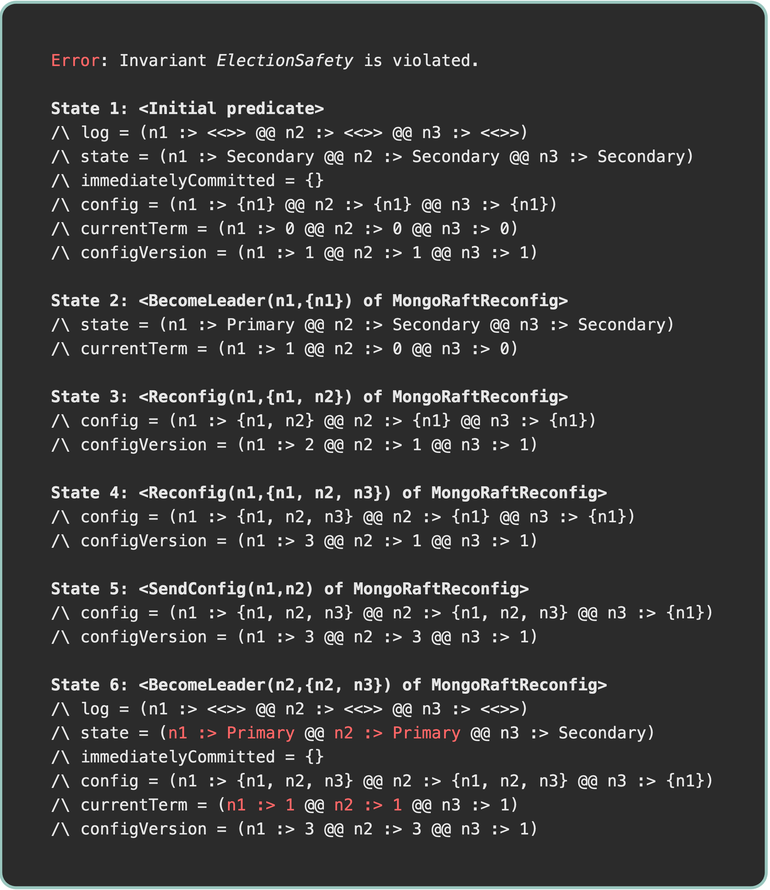
The draw.io diagram traces/traces-t1.drawio.png in will62794/reconfig-traces, before a commit. Source tidied: cells renumbered, new cells last; positions are measured from the earlier drawing's top-left corner, leaving out a move shared by most shapes.
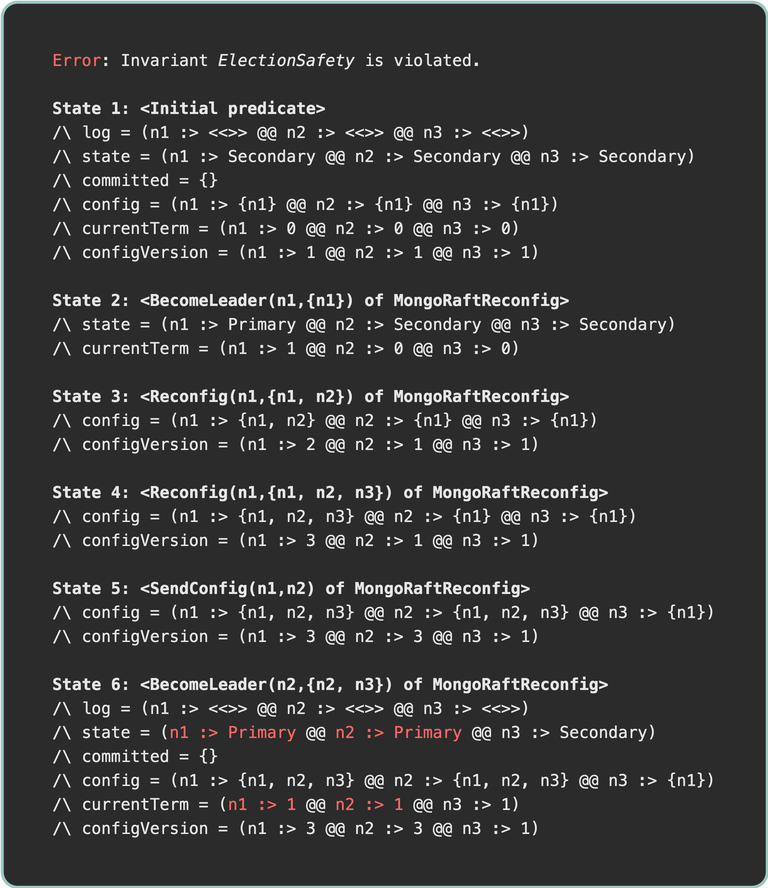
Above is the later version.

Diff of the diagram source:
```diff
@@ -2,7 +2,7 @@
   <root>
     <mxCell id="0" />
     <mxCell id="1" parent="0" />
-    <mxCell id="2" value="&lt;div style=&quot;background-color: rgb(43, 43, 43); line-height: 16px;&quot;&gt;&lt;div style=&quot;text-align: left; font-family: Menlo, Monaco, &amp;quot;Courier New&amp;quot;, monospace; font-size: 10.8px; white-space: pre;&quot;&gt;&lt;font style=&quot;color: rgb(255, 102, 102);&quot;&gt;Error&lt;/font&gt;&lt;font style=&quot;color: rgb(230, 230, 230);&quot;&gt;: Invariant &lt;i&gt;ElectionSafety&lt;/i&gt; is violated.&lt;/font&gt;&lt;/div&gt;&lt;div style=&quot;text-align: left; font-family: Menlo, Monaco, &amp;quot;Courier New&amp;quot;, monospace; font-size: 10.8px; white-space: pre;&quot;&gt;&lt;b&gt;&lt;font style=&quot;color: rgb(230, 230, 230);&quot;&gt;&lt;br&gt;&lt;/font&gt;&lt;/b&gt;&lt;/div&gt;&lt;div style=&quot;text-align: left; font-family: Menlo, Monaco, &amp;quot;Courier New&amp;quot;, monospace; font-size: 10.8px; white-space: pre;&quot;&gt;&lt;b&gt;&lt;font style=&quot;color: rgb(230, 230, 230);&quot;&gt;State 1: &amp;lt;Initial predicate&amp;gt;&lt;/font&gt;&lt;/b&gt;&lt;/div&gt;&lt;div style=&quot;text-align: left; font-family: Menlo, Monaco, &amp;quot;Courier New&amp;quot;, monospace; font-size: 10.8px; white-space: pre;&quot;&gt;&lt;font style=&quot;color: rgb(230, 230, 230);&quot;&gt;/\ log = (n1 :&amp;gt; &amp;lt;&amp;lt;&amp;gt;&amp;gt; @@ n2 :&amp;gt; &amp;lt;&amp;lt;&amp;gt;&amp;gt; @@ n3 :&amp;gt; &amp;lt;&amp;lt;&amp;gt;&amp;gt;)&lt;/font&gt;&lt;/div&gt;&lt;div style=&quot;text-align: left; font-family: Menlo, Monaco, &amp;quot;Courier New&amp;quot;, monospace; font-size: 10.8px; white-space: pre;&quot;&gt;&lt;font style=&quot;color: rgb(230, 230, 230);&quot;&gt;/\ state = (n1 :&amp;gt; Secondary @@ n2 :&amp;gt; Secondary @@ n3 :&amp;gt; Secondary)&lt;/font&gt;&lt;/div&gt;&lt;div style=&quot;text-align: left; font-family: Menlo, Monaco, &amp;quot;Courier New&amp;quot;, monospace; font-size: 10.8px; white-space: pre;&quot;&gt;&lt;font style=&quot;color: rgb(230, 230, 230);&quot;&gt;/\ immediatelyCommitted = {}&lt;/font&gt;&lt;/div&gt;&lt;div style=&quot;text-align: left; font-family: Menlo, Monaco, &amp;quot;Courier New&amp;quot;, monospace; font-size: 10.8px; white-space: pre;&quot;&gt;&lt;font style=&quot;color: rgb(230, 230, 230);&quot;&gt;/\ config = (n1 :&amp;gt; {n1} @@ n2 :&amp;gt; {n1} @@ n3 :&amp;gt; {n1})&lt;/font&gt;&lt;/div&gt;&lt;div style=&quot;text-align: left; font-family: Menlo, Monaco, &amp;quot;Courier New&amp;quot;, monospace; font-size: 10.8px; white-space: pre;&quot;&gt;&lt;font style=&quot;color: rgb(230, 230, 230);&quot;&gt;/\ currentTerm = (n1 :&amp;gt; 0 @@ n2 :&amp;gt; 0 @@ n3 :&amp;gt; 0)&lt;/font&gt;&lt;/div&gt;&lt;div style=&quot;text-align: left; font-family: Menlo, Monaco, &amp;quot;Courier New&amp;quot;, monospace; font-size: 10.8px; white-space: pre;&quot;&gt;&lt;font style=&quot;color: rgb(230, 230, 230);&quot;&gt;/\ configVersion = (n1 :&amp;gt; 1 @@ n2 :&amp;gt; 1 @@ n3 :&amp;gt; 1)&lt;/font&gt;&lt;/div&gt;&lt;div style=&quot;text-align: left;&quot;&gt;&lt;font style=&quot;color: rgb(230, 230, 230);&quot;&gt;&lt;br&gt;&lt;/font&gt;&lt;/div&gt;&lt;div style=&quot;text-align: left; font-family: Menlo, Monaco, &amp;quot;Courier New&amp;quot;, monospace; font-size: 10.8px; white-space: pre;&quot;&gt;&lt;b&gt;&lt;font style=&quot;color: rgb(230, 230, 230);&quot;&gt;State 2: &amp;lt;BecomeLeader(n1,{n1}) of MongoRaftReconfig&amp;gt;&lt;/font&gt;&lt;/b&gt;&lt;/div&gt;&lt;div style=&quot;text-align: left; font-family: Menlo, Monaco, &amp;quot;Courier New&amp;quot;, monospace; font-size: 10.8px; white-space: pre;&quot;&gt;&lt;font style=&quot;color: rgb(230, 230, 230);&quot;&gt;/\ state = (n1 :&amp;gt; Primary @@ n2 :&amp;gt; Secondary @@ n3 :&amp;gt; Secondary)&lt;/font&gt;&lt;/div&gt;&lt;div style=&quot;text-align: left; font-family: Menlo, Monaco, &amp;quot;Courier New&amp;quot;, monospace; font-size: 10.8px; white-space: pre;&quot;&gt;&lt;font style=&quot;color: rgb(230, 230, 230);&quot;&gt;/\ currentTerm = (n1 :&amp;gt; 1 @@ n2 :&amp;gt; 0 @@ n3 :&amp;gt; 0)&lt;/font&gt;&lt;/div&gt;&lt;div style=&quot;text-align: left;&quot;&gt;&lt;font style=&quot;color: rgb(230, 230, 230);&quot;&gt;&lt;br&gt;&lt;/font&gt;&lt;/div&gt;&lt;div style=&quot;text-align: left; font-family: Menlo, Monaco, &amp;quot;Courier New&amp;quot;, monospace; font-size: 10.8px; white-space: pre;&quot;&gt;&lt;b&gt;&lt;font style=&quot;color: rgb(230, 230, 230);&quot;&gt;State 3: &amp;lt;Reconfig(n1,{n1, n2}) of MongoRaftReconfig&amp;gt;&lt;/font&gt;&lt;/b&gt;&lt;/div&gt;&lt;div style=&quot;text-align: left; font-family: Menlo, Monaco, &amp;quot;Courier New&amp;quot;, monospace; font-size: 10.8px; white-space: pre;&quot;&gt;&lt;font style=&quot;color: rgb(230, 230, 230);&quot;&gt;/\ config = (n1 :&amp;gt; {n1, n2} @@ n2 :&amp;gt; {n1} @@ n3 :&amp;gt; {n1})&lt;/font&gt;&lt;/div&gt;&lt;div style=&quot;text-align: left; font-family: Menlo, Monaco, &amp;quot;Courier New&amp;quot;, monospace; font-size: 10.8px; white-space: pre;&quot;&gt;&lt;font style=&quot;color: rgb(230, 230, 230);&quot;&gt;/\ configVersion = (n1 :&amp;gt; 2 @@ n2 :&amp;gt; 1 @@ n3 :&amp;gt; 1)&lt;/font&gt;&lt;/div&gt;&lt;div style=&quot;text-align: left;&quot;&gt;&lt;font style=&quot;color: rgb(230, 230, 230);&quot;&gt;&lt;br&gt;&lt;/font&gt;&lt;/div&gt;&lt;div style=&quot;text-align: left; font-family: Menlo, Monaco, &amp;quot;Courier New&amp;quot;, monospace; font-size: 10.8px; white-space: pre;&quot;&gt;&lt;b&gt;&lt;font style=&quot;color: rgb(230, 230, 230);&quot;&gt;State 4: &amp;lt;Reconfig(n1,{n1, n2, n3}) of MongoRaftReconfig&amp;gt;&lt;/font&gt;&lt;/b&gt;&lt;/div&gt;&lt;div style=&quot;text-align: left; font-family: Menlo, Monaco, &amp;quot;Courier New&amp;quot;, monospace; font-size: 10.8px; white-space: pre;&quot;&gt;&lt;font style=&quot;color: rgb(230, 230, 230);&quot;&gt;/\ config = (n1 :&amp;gt; {n1, n2, n3} @@ n2 :&amp;gt; {n1} @@ n3 :&amp;gt; {n1})&lt;/font&gt;&lt;/div&gt;&lt;div style=&quot;text-align: left; font-family: Menlo, Monaco, &amp;quot;Courier New&amp;quot;, monospace; font-size: 10.8px; white-space: pre;&quot;&gt;&lt;font style=&quot;color: rgb(230, 230, 230);&quot;&gt;/\ configVersion = (n1 :&amp;gt; 3 @@ n2 :&amp;gt; 1 @@ n3 :&amp;gt; 1)&lt;/font&gt;&lt;/div&gt;&lt;div style=&quot;text-align: left;&quot;&gt;&lt;font style=&quot;color: rgb(230, 230, 230);&quot;&gt;&lt;br&gt;&lt;/font&gt;&lt;/div&gt;&lt;div style=&quot;text-align: left; font-family: Menlo, Monaco, &amp;quot;Courier New&amp;quot;, monospace; font-size: 10.8px; white-space: pre;&quot;&gt;&lt;b&gt;&lt;font style=&quot;color: rgb(230, 230, 230);&quot;&gt;State 5: &amp;lt;SendConfig(n1,n2) of MongoRaftReconfig&amp;gt;&lt;/font&gt;&lt;/b&gt;&lt;/div&gt;&lt;div style=&quot;text-align: left; font-family: Menlo, Monaco, &amp;quot;Courier New&amp;quot;, monospace; font-size: 10.8px; white-space: pre;&quot;&gt;&lt;font style=&quot;color: rgb(230, 230, 230);&quot;&gt;/\ config = (n1 :&amp;gt; {n1, n2, n3} @@ n2 :&amp;gt; {n1, n2, n3} @@ n3 :&amp;gt; {n1})&lt;/font&gt;&lt;/div&gt;&lt;div style=&quot;text-align: left; font-family: Menlo, Monaco, &amp;quot;Courier New&amp;quot;, monospace; font-size: 10.8px; white-space: pre;&quot;&gt;&lt;font style=&quot;color: rgb(230, 230, 230);&quot;&gt;/\ configVersion = (n1 :&amp;gt; 3 @@ n2 :&amp;gt; 3 @@ n3 :&amp;gt; 1)&lt;/font&gt;&lt;/div&gt;&lt;div style=&quot;text-align: left;&quot;&gt;&lt;font style=&quot;color: rgb(230, 230, 230);&quot;&gt;&lt;br&gt;&lt;/font&gt;&lt;/div&gt;&lt;div style=&quot;text-align: left; font-family: Menlo, Monaco, &amp;quot;Courier New&amp;quot;, monospace; font-size: 10.8px; white-space: pre;&quot;&gt;&lt;b&gt;&lt;font style=&quot;color: rgb(230, 230, 230);&quot;&gt;State 6: &amp;lt;BecomeLeader(n2,{n2, n3}) of MongoRaftReconfig&amp;gt;&lt;/font&gt;&lt;/b&gt;&lt;/div&gt;&lt;div style=&quot;text-align: left; font-family: Menlo, Monaco, &amp;quot;Courier New&amp;quot;, monospace; font-size: 10.8px; white-space: pre;&quot;&gt;&lt;font style=&quot;color: rgb(230, 230, 230);&quot;&gt;/\ log = (n1 :&amp;gt; &amp;lt;&amp;lt;&amp;gt;&amp;gt; @@ n2 :&amp;gt; &amp;lt;&amp;lt;&amp;gt;&amp;gt; @@ n3 :&amp;gt; &amp;lt;&amp;lt;&amp;gt;&amp;gt;)&lt;/font&gt;&lt;/div&gt;&lt;div style=&quot;text-align: left; font-family: Menlo, Monaco, &amp;quot;Courier New&amp;quot;, monospace; font-size: 10.8px; white-space: pre;&quot;&gt;&lt;font&gt;&lt;font color=&quot;#e6e6e6&quot;&gt;/\ state = (&lt;/font&gt;&lt;font style=&quot;color: rgb(255, 102, 102);&quot;&gt;n1 :&amp;gt; &lt;font style=&quot;&quot;&gt;Primary&lt;/font&gt;&lt;/font&gt;&lt;span style=&quot;color: rgb(230, 230, 230);&quot;&gt; @@ &lt;/span&gt;&lt;font style=&quot;color: rgb(255, 102, 102);&quot;&gt;n2 :&amp;gt; &lt;font style=&quot;&quot;&gt;Primary&lt;/font&gt;&lt;/font&gt;&lt;font style=&quot;color: rgb(230, 230, 230);&quot;&gt; @@ n3 :&amp;gt; Secondary)&lt;/font&gt;&lt;/font&gt;&lt;/div&gt;&lt;div style=&quot;text-align: left; font-family: Menlo, Monaco, &amp;quot;Courier New&amp;quot;, monospace; font-size: 10.8px; white-space: pre;&quot;&gt;&lt;font style=&quot;color: rgb(230, 230, 230);&quot;&gt;/\ immediatelyCommitted = {}&lt;/font&gt;&lt;/div&gt;&lt;div style=&quot;text-align: left; font-family: Menlo, Monaco, &amp;quot;Courier New&amp;quot;, monospace; font-size: 10.8px; white-space: pre;&quot;&gt;&lt;font style=&quot;color: rgb(230, 230, 230);&quot;&gt;/\ config = (n1 :&amp;gt; {n1, n2, n3} @@ n2 :&amp;gt; {n1, n2, n3} @@ n3 :&amp;gt; {n1})&lt;/font&gt;&lt;/div&gt;&lt;div style=&quot;text-align: left; font-family: Menlo, Monaco, &amp;quot;Courier New&amp;quot;, monospace; font-size: 10.8px; white-space: pre;&quot;&gt;&lt;font style=&quot;color: rgb(230, 230, 230);&quot;&gt;/\ currentTerm = (&lt;/font&gt;&lt;font style=&quot;color: rgb(255, 102, 102);&quot;&gt;n1 :&amp;gt; 1&lt;/font&gt;&lt;font style=&quot;color: rgb(230, 230, 230);&quot;&gt; @@ &lt;/font&gt;&lt;font style=&quot;color: rgb(255, 102, 102);&quot;&gt;n2 :&amp;gt; 1&lt;/font&gt;&lt;font style=&quot;color: rgb(230, 230, 230);&quot;&gt; @@ n3 :&amp;gt; 1)&lt;/font&gt;&lt;/div&gt;&lt;div style=&quot;text-align: left; font-family: Menlo, Monaco, &amp;quot;Courier New&amp;quot;, monospace; font-size: 10.8px; white-space: pre;&quot;&gt;&lt;font style=&quot;color: rgb(230, 230, 230);&quot;&gt;/\ configVersion = (n1 :&amp;gt; 3 @@ n2 :&amp;gt; 3 @@ n3 :&amp;gt; 1)&lt;/font&gt;&lt;/div&gt;&lt;/div&gt;" style="text;html=1;align=center;verticalAlign=middle;whiteSpace=wrap;rounded=1;strokeColor=#9AC7BF;fillColor=light-dark(#2B2B2B,#282A35);gradientColor=none;arcSize=2;imageHeight=24;strokeWidth=2;" parent="1" vertex="1">
+    <mxCell id="2" value="&lt;div style=&quot;background-color: rgb(43, 43, 43); line-height: 16px;&quot;&gt;&lt;div style=&quot;text-align: left; font-family: Menlo, Monaco, &amp;quot;Courier New&amp;quot;, monospace; font-size: 10.8px; white-space: pre;&quot;&gt;&lt;font style=&quot;color: rgb(255, 102, 102);&quot;&gt;Error&lt;/font&gt;&lt;font style=&quot;color: rgb(230, 230, 230);&quot;&gt;: Invariant &lt;i&gt;ElectionSafety&lt;/i&gt; is violated.&lt;/font&gt;&lt;/div&gt;&lt;div style=&quot;text-align: left; font-family: Menlo, Monaco, &amp;quot;Courier New&amp;quot;, monospace; font-size: 10.8px; white-space: pre;&quot;&gt;&lt;b&gt;&lt;font style=&quot;color: rgb(230, 230, 230);&quot;&gt;&lt;br&gt;&lt;/font&gt;&lt;/b&gt;&lt;/div&gt;&lt;div style=&quot;text-align: left; font-family: Menlo, Monaco, &amp;quot;Courier New&amp;quot;, monospace; font-size: 10.8px; white-space: pre;&quot;&gt;&lt;b&gt;&lt;font style=&quot;color: rgb(230, 230, 230);&quot;&gt;State 1: &amp;lt;Initial predicate&amp;gt;&lt;/font&gt;&lt;/b&gt;&lt;/div&gt;&lt;div style=&quot;text-align: left; font-family: Menlo, Monaco, &amp;quot;Courier New&amp;quot;, monospace; font-size: 10.8px; white-space: pre;&quot;&gt;&lt;font style=&quot;color: rgb(230, 230, 230);&quot;&gt;/\ log = (n1 :&amp;gt; &amp;lt;&amp;lt;&amp;gt;&amp;gt; @@ n2 :&amp;gt; &amp;lt;&amp;lt;&amp;gt;&amp;gt; @@ n3 :&amp;gt; &amp;lt;&amp;lt;&amp;gt;&amp;gt;)&lt;/font&gt;&lt;/div&gt;&lt;div style=&quot;text-align: left; font-family: Menlo, Monaco, &amp;quot;Courier New&amp;quot;, monospace; font-size: 10.8px; white-space: pre;&quot;&gt;&lt;font style=&quot;color: rgb(230, 230, 230);&quot;&gt;/\ state = (n1 :&amp;gt; Secondary @@ n2 :&amp;gt; Secondary @@ n3 :&amp;gt; Secondary)&lt;/font&gt;&lt;/div&gt;&lt;div style=&quot;text-align: left; font-family: Menlo, Monaco, &amp;quot;Courier New&amp;quot;, monospace; font-size: 10.8px; white-space: pre;&quot;&gt;&lt;font style=&quot;color: rgb(230, 230, 230);&quot;&gt;/\ committed = {}&lt;/font&gt;&lt;/div&gt;&lt;div style=&quot;text-align: left; font-family: Menlo, Monaco, &amp;quot;Courier New&amp;quot;, monospace; font-size: 10.8px; white-space: pre;&quot;&gt;&lt;font style=&quot;color: rgb(230, 230, 230);&quot;&gt;/\ config = (n1 :&amp;gt; {n1} @@ n2 :&amp;gt; {n1} @@ n3 :&amp;gt; {n1})&lt;/font&gt;&lt;/div&gt;&lt;div style=&quot;text-align: left; font-family: Menlo, Monaco, &amp;quot;Courier New&amp;quot;, monospace; font-size: 10.8px; white-space: pre;&quot;&gt;&lt;font style=&quot;color: rgb(230, 230, 230);&quot;&gt;/\ currentTerm = (n1 :&amp;gt; 0 @@ n2 :&amp;gt; 0 @@ n3 :&amp;gt; 0)&lt;/font&gt;&lt;/div&gt;&lt;div style=&quot;text-align: left; font-family: Menlo, Monaco, &amp;quot;Courier New&amp;quot;, monospace; font-size: 10.8px; white-space: pre;&quot;&gt;&lt;font style=&quot;color: rgb(230, 230, 230);&quot;&gt;/\ configVersion = (n1 :&amp;gt; 1 @@ n2 :&amp;gt; 1 @@ n3 :&amp;gt; 1)&lt;/font&gt;&lt;/div&gt;&lt;div style=&quot;text-align: left;&quot;&gt;&lt;font style=&quot;color: rgb(230, 230, 230);&quot;&gt;&lt;br&gt;&lt;/font&gt;&lt;/div&gt;&lt;div style=&quot;text-align: left; font-family: Menlo, Monaco, &amp;quot;Courier New&amp;quot;, monospace; font-size: 10.8px; white-space: pre;&quot;&gt;&lt;b&gt;&lt;font style=&quot;color: rgb(230, 230, 230);&quot;&gt;State 2: &amp;lt;BecomeLeader(n1,{n1}) of MongoRaftReconfig&amp;gt;&lt;/font&gt;&lt;/b&gt;&lt;/div&gt;&lt;div style=&quot;text-align: left; font-family: Menlo, Monaco, &amp;quot;Courier New&amp;quot;, monospace; font-size: 10.8px; white-space: pre;&quot;&gt;&lt;font style=&quot;color: rgb(230, 230, 230);&quot;&gt;/\ state = (n1 :&amp;gt; Primary @@ n2 :&amp;gt; Secondary @@ n3 :&amp;gt; Secondary)&lt;/font&gt;&lt;/div&gt;&lt;div style=&quot;text-align: left; font-family: Menlo, Monaco, &amp;quot;Courier New&amp;quot;, monospace; font-size: 10.8px; white-space: pre;&quot;&gt;&lt;font style=&quot;color: rgb(230, 230, 230);&quot;&gt;/\ currentTerm = (n1 :&amp;gt; 1 @@ n2 :&amp;gt; 0 @@ n3 :&amp;gt; 0)&lt;/font&gt;&lt;/div&gt;&lt;div style=&quot;text-align: left;&quot;&gt;&lt;font style=&quot;color: rgb(230, 230, 230);&quot;&gt;&lt;br&gt;&lt;/font&gt;&lt;/div&gt;&lt;div style=&quot;text-align: left; font-family: Menlo, Monaco, &amp;quot;Courier New&amp;quot;, monospace; font-size: 10.8px; white-space: pre;&quot;&gt;&lt;b&gt;&lt;font style=&quot;color: rgb(230, 230, 230);&quot;&gt;State 3: &amp;lt;Reconfig(n1,{n1, n2}) of MongoRaftReconfig&amp;gt;&lt;/font&gt;&lt;/b&gt;&lt;/div&gt;&lt;div style=&quot;text-align: left; font-family: Menlo, Monaco, &amp;quot;Courier New&amp;quot;, monospace; font-size: 10.8px; white-space: pre;&quot;&gt;&lt;font style=&quot;color: rgb(230, 230, 230);&quot;&gt;/\ config = (n1 :&amp;gt; {n1, n2} @@ n2 :&amp;gt; {n1} @@ n3 :&amp;gt; {n1})&lt;/font&gt;&lt;/div&gt;&lt;div style=&quot;text-align: left; font-family: Menlo, Monaco, &amp;quot;Courier New&amp;quot;, monospace; font-size: 10.8px; white-space: pre;&quot;&gt;&lt;font style=&quot;color: rgb(230, 230, 230);&quot;&gt;/\ configVersion = (n1 :&amp;gt; 2 @@ n2 :&amp;gt; 1 @@ n3 :&amp;gt; 1)&lt;/font&gt;&lt;/div&gt;&lt;div style=&quot;text-align: left;&quot;&gt;&lt;font style=&quot;color: rgb(230, 230, 230);&quot;&gt;&lt;br&gt;&lt;/font&gt;&lt;/div&gt;&lt;div style=&quot;text-align: left; font-family: Menlo, Monaco, &amp;quot;Courier New&amp;quot;, monospace; font-size: 10.8px; white-space: pre;&quot;&gt;&lt;b&gt;&lt;font style=&quot;color: rgb(230, 230, 230);&quot;&gt;State 4: &amp;lt;Reconfig(n1,{n1, n2, n3}) of MongoRaftReconfig&amp;gt;&lt;/font&gt;&lt;/b&gt;&lt;/div&gt;&lt;div style=&quot;text-align: left; font-family: Menlo, Monaco, &amp;quot;Courier New&amp;quot;, monospace; font-size: 10.8px; white-space: pre;&quot;&gt;&lt;font style=&quot;color: rgb(230, 230, 230);&quot;&gt;/\ config = (n1 :&amp;gt; {n1, n2, n3} @@ n2 :&amp;gt; {n1} @@ n3 :&amp;gt; {n1})&lt;/font&gt;&lt;/div&gt;&lt;div style=&quot;text-align: left; font-family: Menlo, Monaco, &amp;quot;Courier New&amp;quot;, monospace; font-size: 10.8px; white-space: pre;&quot;&gt;&lt;font style=&quot;color: rgb(230, 230, 230);&quot;&gt;/\ configVersion = (n1 :&amp;gt; 3 @@ n2 :&amp;gt; 1 @@ n3 :&amp;gt; 1)&lt;/font&gt;&lt;/div&gt;&lt;div style=&quot;text-align: left;&quot;&gt;&lt;font style=&quot;color: rgb(230, 230, 230);&quot;&gt;&lt;br&gt;&lt;/font&gt;&lt;/div&gt;&lt;div style=&quot;text-align: left; font-family: Menlo, Monaco, &amp;quot;Courier New&amp;quot;, monospace; font-size: 10.8px; white-space: pre;&quot;&gt;&lt;b&gt;&lt;font style=&quot;color: rgb(230, 230, 230);&quot;&gt;State 5: &amp;lt;SendConfig(n1,n2) of MongoRaftReconfig&amp;gt;&lt;/font&gt;&lt;/b&gt;&lt;/div&gt;&lt;div style=&quot;text-align: left; font-family: Menlo, Monaco, &amp;quot;Courier New&amp;quot;, monospace; font-size: 10.8px; white-space: pre;&quot;&gt;&lt;font style=&quot;color: rgb(230, 230, 230);&quot;&gt;/\ config = (n1 :&amp;gt; {n1, n2, n3} @@ n2 :&amp;gt; {n1, n2, n3} @@ n3 :&amp;gt; {n1})&lt;/font&gt;&lt;/div&gt;&lt;div style=&quot;text-align: left; font-family: Menlo, Monaco, &amp;quot;Courier New&amp;quot;, monospace; font-size: 10.8px; white-space: pre;&quot;&gt;&lt;font style=&quot;color: rgb(230, 230, 230);&quot;&gt;/\ configVersion = (n1 :&amp;gt; 3 @@ n2 :&amp;gt; 3 @@ n3 :&amp;gt; 1)&lt;/font&gt;&lt;/div&gt;&lt;div style=&quot;text-align: left;&quot;&gt;&lt;font style=&quot;color: rgb(230, 230, 230);&quot;&gt;&lt;br&gt;&lt;/font&gt;&lt;/div&gt;&lt;div style=&quot;text-align: left; font-family: Menlo, Monaco, &amp;quot;Courier New&amp;quot;, monospace; font-size: 10.8px; white-space: pre;&quot;&gt;&lt;b&gt;&lt;font style=&quot;color: rgb(230, 230, 230);&quot;&gt;State 6: &amp;lt;BecomeLeader(n2,{n2, n3}) of MongoRaftReconfig&amp;gt;&lt;/font&gt;&lt;/b&gt;&lt;/div&gt;&lt;div style=&quot;text-align: left; font-family: Menlo, Monaco, &amp;quot;Courier New&amp;quot;, monospace; font-size: 10.8px; white-space: pre;&quot;&gt;&lt;font style=&quot;color: rgb(230, 230, 230);&quot;&gt;/\ log = (n1 :&amp;gt; &amp;lt;&amp;lt;&amp;gt;&amp;gt; @@ n2 :&amp;gt; &amp;lt;&amp;lt;&amp;gt;&amp;gt; @@ n3 :&amp;gt; &amp;lt;&amp;lt;&amp;gt;&amp;gt;)&lt;/font&gt;&lt;/div&gt;&lt;div style=&quot;text-align: left; font-family: Menlo, Monaco, &amp;quot;Courier New&amp;quot;, monospace; font-size: 10.8px; white-space: pre;&quot;&gt;&lt;font&gt;&lt;font color=&quot;#e6e6e6&quot;&gt;/\ state = (&lt;/font&gt;&lt;font style=&quot;color: rgb(255, 102, 102);&quot;&gt;n1 :&amp;gt; &lt;font style=&quot;&quot;&gt;Primary&lt;/font&gt;&lt;/font&gt;&lt;span style=&quot;color: rgb(230, 230, 230);&quot;&gt; @@ &lt;/span&gt;&lt;font style=&quot;color: rgb(255, 102, 102);&quot;&gt;n2 :&amp;gt; &lt;font style=&quot;&quot;&gt;Primary&lt;/font&gt;&lt;/font&gt;&lt;font style=&quot;color: rgb(230, 230, 230);&quot;&gt; @@ n3 :&amp;gt; Secondary)&lt;/font&gt;&lt;/font&gt;&lt;/div&gt;&lt;div style=&quot;text-align: left; font-family: Menlo, Monaco, &amp;quot;Courier New&amp;quot;, monospace; font-size: 10.8px; white-space: pre;&quot;&gt;&lt;font style=&quot;color: rgb(230, 230, 230);&quot;&gt;/\ committed = {}&lt;/font&gt;&lt;/div&gt;&lt;div style=&quot;text-align: left; font-family: Menlo, Monaco, &amp;quot;Courier New&amp;quot;, monospace; font-size: 10.8px; white-space: pre;&quot;&gt;&lt;font style=&quot;color: rgb(230, 230, 230);&quot;&gt;/\ config = (n1 :&amp;gt; {n1, n2, n3} @@ n2 :&amp;gt; {n1, n2, n3} @@ n3 :&amp;gt; {n1})&lt;/font&gt;&lt;/div&gt;&lt;div style=&quot;text-align: left; font-family: Menlo, Monaco, &amp;quot;Courier New&amp;quot;, monospace; font-size: 10.8px; white-space: pre;&quot;&gt;&lt;font style=&quot;color: rgb(230, 230, 230);&quot;&gt;/\ currentTerm = (&lt;/font&gt;&lt;font style=&quot;color: rgb(255, 102, 102);&quot;&gt;n1 :&amp;gt; 1&lt;/font&gt;&lt;font style=&quot;color: rgb(230, 230, 230);&quot;&gt; @@ &lt;/font&gt;&lt;font style=&quot;color: rgb(255, 102, 102);&quot;&gt;n2 :&amp;gt; 1&lt;/font&gt;&lt;font style=&quot;color: rgb(230, 230, 230);&quot;&gt; @@ n3 :&amp;gt; 1)&lt;/font&gt;&lt;/div&gt;&lt;div style=&quot;text-align: left; font-family: Menlo, Monaco, &amp;quot;Courier New&amp;quot;, monospace; font-size: 10.8px; white-space: pre;&quot;&gt;&lt;font style=&quot;color: rgb(230, 230, 230);&quot;&gt;/\ configVersion = (n1 :&amp;gt; 3 @@ n2 :&amp;gt; 3 @@ n3 :&amp;gt; 1)&lt;/font&gt;&lt;/div&gt;&lt;/div&gt;" style="text;html=1;align=center;verticalAlign=middle;whiteSpace=wrap;rounded=1;strokeColor=#9AC7BF;fillColor=light-dark(#2B2B2B,#282A35);gradientColor=none;arcSize=2;imageHeight=24;strokeWidth=2;" parent="1" vertex="1">
       <mxGeometry width="510" height="590" as="geometry" />
     </mxCell>
   </root>
```
